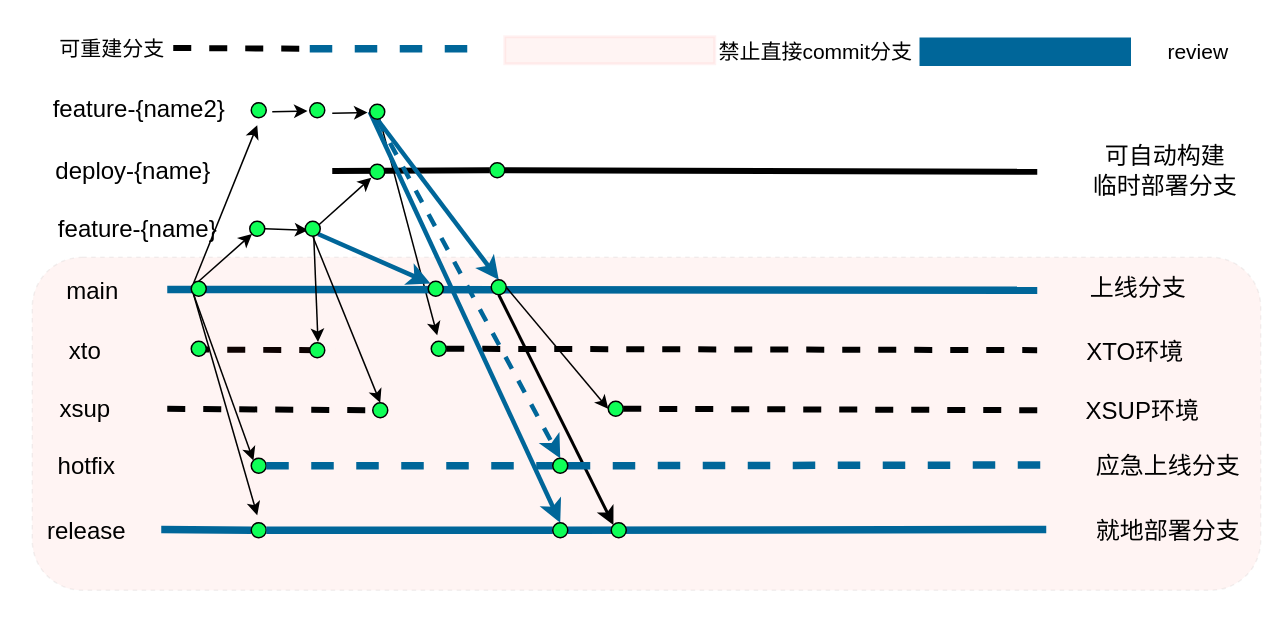
This is 未命名绘图.drawio from sesa732602/draw.io, a draw.io file, before an edit. Source tidied: cells renumbered, new cells numbered last; positions are measured from the earlier drawing's top-left corner, leaving out a move shared by most shapes. Both pictures are drawn from the tidied source at 150%, with x=0, y=0 at pixel (26, 26).
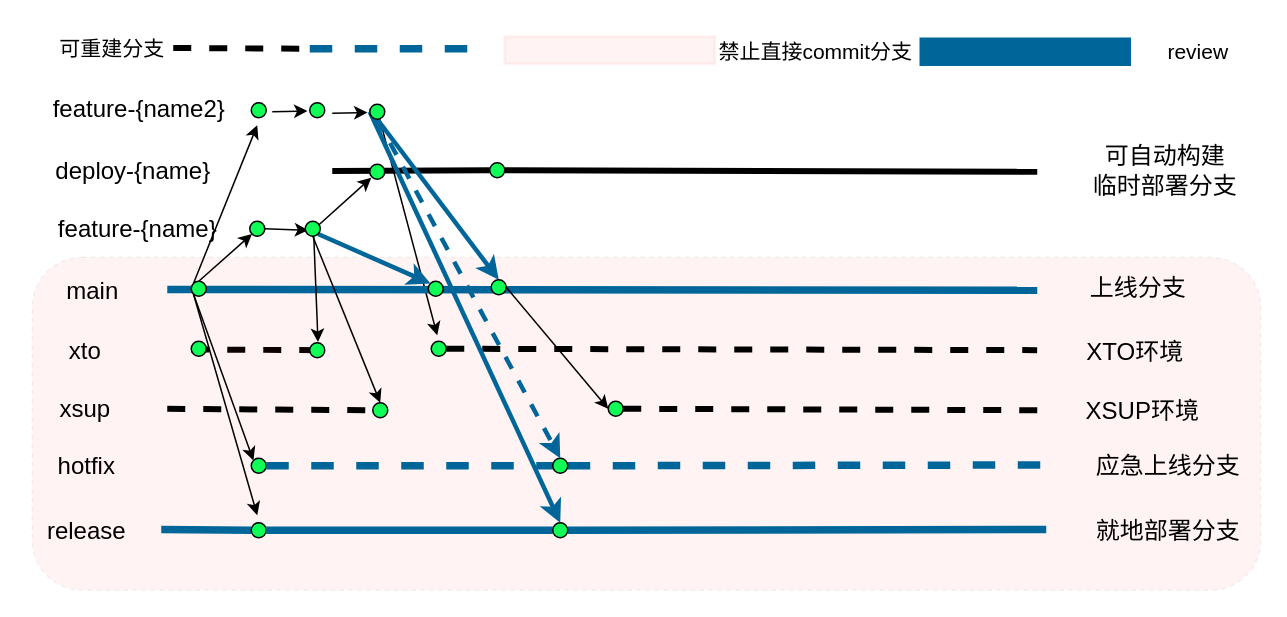
The same page after the edit.

Commit message:
更新未命名绘图.drawio

Unchanged cells that the change refers to:
```xml
<mxCell id="45" style="ellipse;whiteSpace=wrap;html=1;fillColor=#0FFF57;" parent="1" vertex="1">
  <mxGeometry x="310" y="169" width="10" height="10" as="geometry" />
</mxCell>
```

The edit, as a diff of the source:
```diff
@@
-    <mxCell id="6" style="rounded=0;jettySize=auto;html=1;exitX=0.5;exitY=1;exitDx=0;exitDy=0;strokeWidth=2;entryX=0;entryY=0;entryDx=0;entryDy=0;" parent="1" edge="1" source="45" target="65">
-      <mxGeometry relative="1" as="geometry" />
-    </mxCell>
@@
-    <mxCell id="65" style="ellipse;whiteSpace=wrap;html=1;fillColor=#0FFF57;" parent="1" vertex="1">
-      <mxGeometry x="390" y="331" width="10" height="10" as="geometry" />
-    </mxCell>
```
